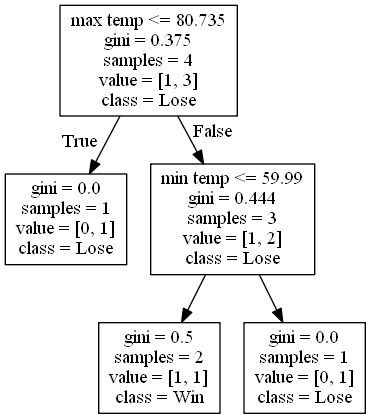
alexana-steck/CSE482Project keeps this Graphviz diagram as DecisionTrees/Conference USAdecision_tree_no_score_or_attendance10.png. Above is the earlier version. Its source is kept beside it as DecisionTrees/Conference USAdecision_tree_no_score_or_attendance10.dot. Its diagram source:
```dot
digraph Tree {
node [shape=box] ;
0 [label="max temp <= 80.735\ngini = 0.375\nsamples = 4\nvalue = [1, 3]\nclass = Lose"] ;
1 [label="gini = 0.0\nsamples = 1\nvalue = [0, 1]\nclass = Lose"] ;
0 -> 1 [labeldistance=2.5, labelangle=45, headlabel="True"] ;
2 [label="min temp <= 59.99\ngini = 0.444\nsamples = 3\nvalue = [1, 2]\nclass = Lose"] ;
0 -> 2 [labeldistance=2.5, labelangle=-45, headlabel="False"] ;
3 [label="gini = 0.5\nsamples = 2\nvalue = [1, 1]\nclass = Win"] ;
2 -> 3 ;
4 [label="gini = 0.0\nsamples = 1\nvalue = [0, 1]\nclass = Lose"] ;
2 -> 4 ;
}
```
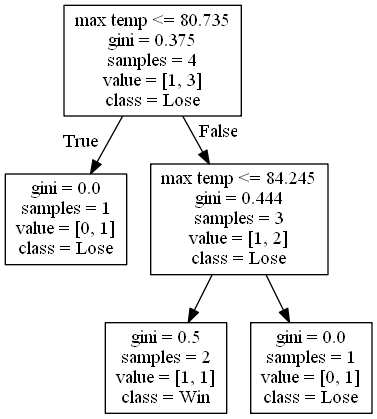
Later version of the same file.

Diff of the diagram source:
```diff
@@ -3,7 +3,7 @@
 0 [label="max temp <= 80.735\ngini = 0.375\nsamples = 4\nvalue = [1, 3]\nclass = Lose"] ;
 1 [label="gini = 0.0\nsamples = 1\nvalue = [0, 1]\nclass = Lose"] ;
 0 -> 1 [labeldistance=2.5, labelangle=45, headlabel="True"] ;
-2 [label="min temp <= 59.99\ngini = 0.444\nsamples = 3\nvalue = [1, 2]\nclass = Lose"] ;
+2 [label="max temp <= 84.245\ngini = 0.444\nsamples = 3\nvalue = [1, 2]\nclass = Lose"] ;
 0 -> 2 [labeldistance=2.5, labelangle=-45, headlabel="False"] ;
 3 [label="gini = 0.5\nsamples = 2\nvalue = [1, 1]\nclass = Win"] ;
 2 -> 3 ;
```
